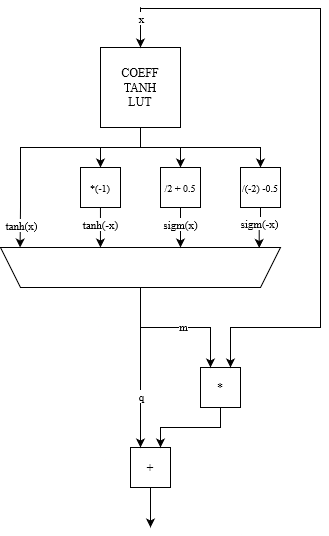
Before: slides/images/ACTU_beta.drawio.png, a diagram exported from draw.io (AlessandroVaraldi/LSTM_ACCELERATOR). Source tidied: cells renumbered, new cells last; positions are measured from the earlier drawing's top-left corner, leaving out a move shared by most shapes.
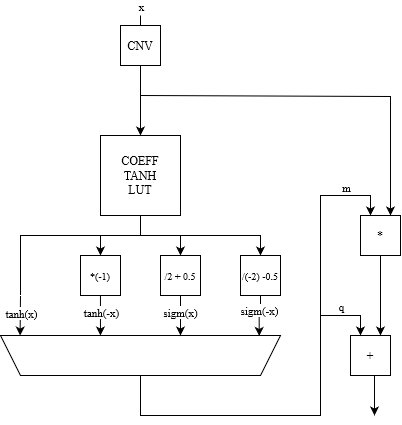
The same diagram one commit later.

The edit, as a diff of the source:
```diff
@@ -4,22 +4,20 @@
     <mxCell id="1" parent="0" />
     <mxCell id="2" style="edgeStyle=orthogonalEdgeStyle;rounded=0;jettySize=auto;html=1;" parent="1" edge="1" source="3">
       <mxGeometry relative="1" as="geometry">
-        <mxPoint x="150" y="520" as="targetPoint" />
+        <mxPoint x="374" y="320" as="targetPoint" />
+        <Array as="points">
+          <mxPoint x="374" y="320" />
+        </Array>
       </mxGeometry>
     </mxCell>
     <mxCell id="3" value="+" style="whiteSpace=wrap;html=1;" parent="1" vertex="1">
-      <mxGeometry x="130" y="440" width="40" height="40" as="geometry" />
+      <mxGeometry x="350" y="240" width="40" height="40" as="geometry" />
     </mxCell>
     <mxCell id="4" style="edgeStyle=orthogonalEdgeStyle;rounded=0;jettySize=auto;html=1;entryX=0.75;entryY=0;entryDx=0;entryDy=0;" parent="1" edge="1" source="5" target="3">
-      <mxGeometry relative="1" as="geometry">
-        <Array as="points">
-          <mxPoint x="220" y="420" />
-          <mxPoint x="160" y="420" />
-        </Array>
-      </mxGeometry>
+      <mxGeometry relative="1" as="geometry" />
     </mxCell>
     <mxCell id="5" value="*" style="whiteSpace=wrap;html=1;" parent="1" vertex="1">
-      <mxGeometry x="200" y="360" width="40" height="40" as="geometry" />
+      <mxGeometry x="360" y="120" width="40" height="40" as="geometry" />
     </mxCell>
     <mxCell id="6" style="edgeStyle=orthogonalEdgeStyle;rounded=0;jettySize=auto;html=1;entryX=0.5;entryY=0;entryDx=0;entryDy=0;" parent="1" edge="1" source="11" target="17">
       <mxGeometry relative="1" as="geometry" />
@@ -56,18 +54,31 @@
       <mxGeometry relative="1" as="geometry">
         <Array as="points">
           <mxPoint x="140" y="320" />
-          <mxPoint x="210" y="320" />
+          <mxPoint x="320" y="320" />
+          <mxPoint x="320" y="100" />
+          <mxPoint x="370" y="100" />
         </Array>
       </mxGeometry>
     </mxCell>
     <mxCell id="13" value="m" style="edgeLabel;html=1;align=center;verticalAlign=middle;" parent="12" vertex="1">
-      <mxGeometry x="0.09" y="2" relative="1" as="geometry" />
+      <mxGeometry x="0.09" y="2" relative="1" as="geometry">
+        <mxPoint x="27" y="-170" as="offset" />
+      </mxGeometry>
     </mxCell>
     <mxCell id="14" style="edgeStyle=orthogonalEdgeStyle;rounded=0;jettySize=auto;html=1;entryX=0.25;entryY=0;entryDx=0;entryDy=0;" parent="1" edge="1" source="16" target="3">
-      <mxGeometry relative="1" as="geometry" />
+      <mxGeometry relative="1" as="geometry">
+        <Array as="points">
+          <mxPoint x="140" y="320" />
+          <mxPoint x="320" y="320" />
+          <mxPoint x="320" y="220" />
+          <mxPoint x="360" y="220" />
+        </Array>
+      </mxGeometry>
     </mxCell>
     <mxCell id="15" value="q" style="edgeLabel;html=1;align=center;verticalAlign=middle;" parent="14" vertex="1">
-      <mxGeometry x="0.35" relative="1" as="geometry" />
+      <mxGeometry x="0.35" relative="1" as="geometry">
+        <mxPoint x="20" y="-72" as="offset" />
+      </mxGeometry>
     </mxCell>
     <mxCell id="16" style="shape=trapezoid;perimeter=trapezoidPerimeter;whiteSpace=wrap;html=1;fixedSize=1;rotation=-180;" parent="1" vertex="1">
       <mxGeometry y="240" width="280" height="40" as="geometry" />
@@ -107,12 +118,12 @@
     </mxCell>
     <mxCell id="26" style="endArrow=classic;html=1;rounded=0;entryX=0.5;entryY=0;entryDx=0;entryDy=0;" parent="1" edge="1" target="11">
       <mxGeometry relative="1" as="geometry">
-        <mxPoint x="140" as="sourcePoint" />
+        <mxPoint x="140" y="-80" as="sourcePoint" />
       </mxGeometry>
     </mxCell>
     <mxCell id="27" value="x" style="edgeLabel;html=1;align=center;verticalAlign=middle;" parent="26" vertex="1">
       <mxGeometry x="-0.26" y="-2" relative="1" as="geometry">
-        <mxPoint x="2" y="-5" as="offset" />
+        <mxPoint x="2" y="-54" as="offset" />
       </mxGeometry>
     </mxCell>
     <mxCell id="28" style="endArrow=classic;html=1;rounded=0;entryX=0.75;entryY=0;entryDx=0;entryDy=0;edgeStyle=orthogonalEdgeStyle;" parent="1" edge="1" target="5">
@@ -120,11 +131,12 @@
         <mxPoint x="140" as="sourcePoint" />
         <Array as="points">
           <mxPoint x="140" y="1" />
-          <mxPoint x="320" y="1" />
-          <mxPoint x="320" y="320" />
-          <mxPoint x="230" y="320" />
+          <mxPoint x="390" y="1" />
         </Array>
       </mxGeometry>
     </mxCell>
+    <mxCell id="29" value="CNV" style="whiteSpace=wrap;html=1;" parent="1" vertex="1">
+      <mxGeometry x="120" y="-70" width="40" height="40" as="geometry" />
+    </mxCell>
   </root>
 </mxGraphModel>
```
